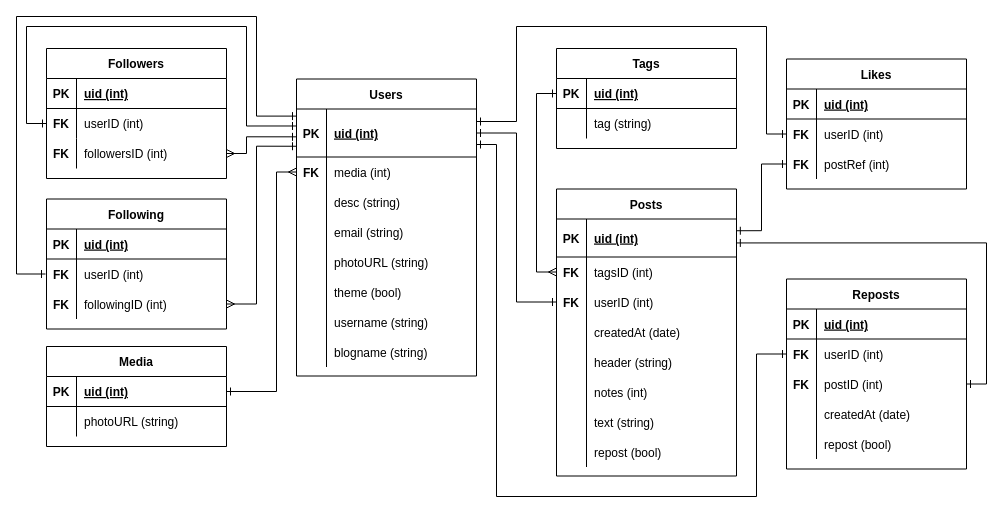
This is relational diagram.drawio from h3rthrt/stars-microblog, a draw.io file, before an edit. Source tidied: cells renumbered, new cells numbered last; positions are measured from the earlier drawing's top-left corner, leaving out a move shared by most shapes. Both pictures are drawn from the tidied source at 100%, with x=0, y=0 at pixel (16, 16).
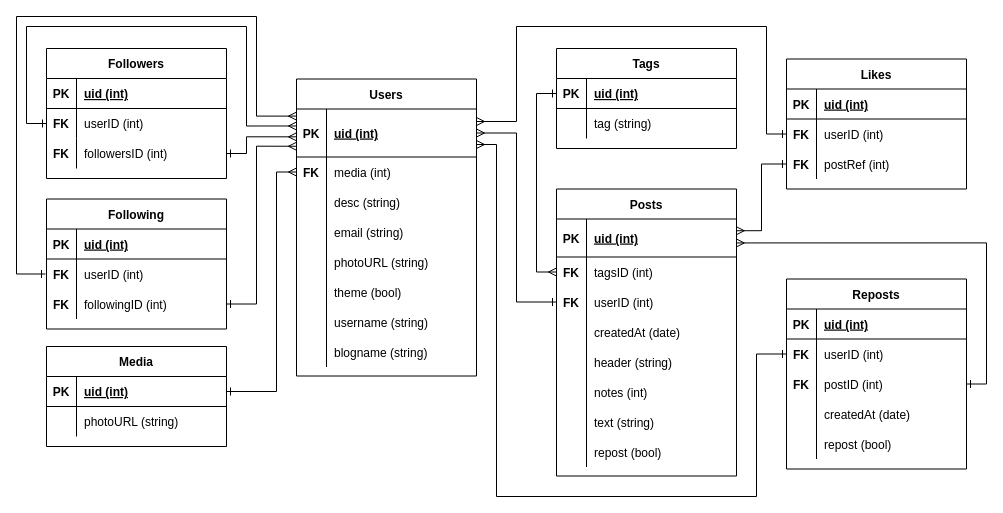
The same diagram, later.

The change refers to these unchanged cells:
```xml
<mxCell id="3" style="shape=partialRectangle;fillColor=none;top=0;left=0;bottom=1;right=0;points=[[0,0.5],[1,0.5]];portConstraint=eastwest;" parent="2" vertex="1">
  <mxGeometry y="30" width="180" height="48" as="geometry" />
</mxCell>
<mxCell id="31" style="shape=partialRectangle;fillColor=none;top=0;left=0;bottom=0;right=0;points=[[0,0.5],[1,0.5]];portConstraint=eastwest;" parent="27" vertex="1">
  <mxGeometry y="60" width="180" height="30" as="geometry" />
</mxCell>
<mxCell id="34" style="shape=partialRectangle;fillColor=none;top=0;left=0;bottom=0;right=0;points=[[0,0.5],[1,0.5]];portConstraint=eastwest;" parent="27" vertex="1">
  <mxGeometry y="90" width="180" height="30" as="geometry" />
</mxCell>
<mxCell id="44" style="shape=partialRectangle;fillColor=none;top=0;left=0;bottom=0;right=0;points=[[0,0.5],[1,0.5]];portConstraint=eastwest;" parent="37" vertex="1">
  <mxGeometry y="90" width="180" height="30" as="geometry" />
</mxCell>
<mxCell id="57" style="shape=partialRectangle;fillColor=none;top=0;left=0;bottom=1;right=0;points=[[0,0.5],[1,0.5]];portConstraint=eastwest;" parent="56" vertex="1">
  <mxGeometry y="30" width="180" height="38" as="geometry" />
</mxCell>
<mxCell id="63" style="shape=partialRectangle;fillColor=none;top=0;left=0;bottom=0;right=0;points=[[0,0.5],[1,0.5]];portConstraint=eastwest;" parent="56" vertex="1">
  <mxGeometry y="98" width="180" height="30" as="geometry" />
</mxCell>
<mxCell id="94" style="shape=partialRectangle;fillColor=none;top=0;left=0;bottom=0;right=0;points=[[0,0.5],[1,0.5]];portConstraint=eastwest;" parent="90" vertex="1">
  <mxGeometry y="60" width="180" height="30" as="geometry" />
</mxCell>
<mxCell id="97" style="shape=partialRectangle;fillColor=none;top=0;left=0;bottom=0;right=0;points=[[0,0.5],[1,0.5]];portConstraint=eastwest;" parent="90" vertex="1">
  <mxGeometry y="90" width="180" height="30" as="geometry" />
</mxCell>
<mxCell id="104" style="shape=partialRectangle;fillColor=none;top=0;left=0;bottom=0;right=0;points=[[0,0.5],[1,0.5]];portConstraint=eastwest;" parent="100" vertex="1">
  <mxGeometry y="60" width="180" height="30" as="geometry" />
</mxCell>
<mxCell id="107" style="shape=partialRectangle;fillColor=none;top=0;left=0;bottom=0;right=0;points=[[0,0.5],[1,0.5]];portConstraint=eastwest;" parent="100" vertex="1">
  <mxGeometry y="90" width="180" height="30" as="geometry" />
</mxCell>
```

The edit, as a diff of the source:
```diff
@@
-    <mxCell id="54" style="edgeStyle=orthogonalEdgeStyle;rounded=0;sketch=0;jettySize=auto;html=1;startArrow=ERone;startFill=0;endArrow=ERone;endFill=0;exitX=0;exitY=0.5;exitDx=0;exitDy=0;entryX=0;entryY=0.148;entryDx=0;entryDy=0;entryPerimeter=0;" parent="1" edge="1" target="3">
+    <mxCell id="54" style="edgeStyle=orthogonalEdgeStyle;rounded=0;sketch=0;jettySize=auto;html=1;startArrow=ERone;startFill=0;endArrow=ERmany;endFill=0;exitX=0;exitY=0.5;exitDx=0;exitDy=0;entryX=0;entryY=0.148;entryDx=0;entryDy=0;entryPerimeter=0;" parent="1" edge="1" target="3">
       <mxGeometry relative="1" as="geometry">
         <mxPoint x="29" y="257.5" as="sourcePoint" />
         <Array as="points">
           <mxPoint y="257" />
           <mxPoint />
           <mxPoint x="240" />
           <mxPoint x="240" y="100" />
         </Array>
       </mxGeometry>
     </mxCell>
@@
-    <mxCell id="88" style="edgeStyle=orthogonalEdgeStyle;rounded=0;sketch=0;jettySize=auto;html=1;entryX=1;entryY=0.5;entryDx=0;entryDy=0;startArrow=ERone;startFill=0;endArrow=ERone;endFill=0;" parent="1" edge="1" source="63" target="3">
+    <mxCell id="88" style="edgeStyle=orthogonalEdgeStyle;rounded=0;sketch=0;jettySize=auto;html=1;entryX=1;entryY=0.5;entryDx=0;entryDy=0;startArrow=ERone;startFill=0;endArrow=ERmany;endFill=0;" parent="1" edge="1" source="63" target="3">
       <mxGeometry relative="1" as="geometry" />
     </mxCell>
@@
-    <mxCell id="116" style="edgeStyle=orthogonalEdgeStyle;rounded=0;sketch=0;jettySize=auto;html=1;startArrow=ERone;startFill=0;endArrow=ERone;endFill=0;exitX=0;exitY=0.5;exitDx=0;exitDy=0;" parent="1" edge="1" source="94" target="3">
+    <mxCell id="116" style="edgeStyle=orthogonalEdgeStyle;rounded=0;sketch=0;jettySize=auto;html=1;startArrow=ERone;startFill=0;endArrow=ERmany;endFill=0;exitX=0;exitY=0.5;exitDx=0;exitDy=0;" parent="1" edge="1" source="94" target="3">
       <mxGeometry relative="1" as="geometry">
         <Array as="points">
           <mxPoint x="750" y="118" />
           <mxPoint x="750" y="10" />
           <mxPoint x="500" y="10" />
           <mxPoint x="500" y="105" />
         </Array>
       </mxGeometry>
     </mxCell>
-    <mxCell id="117" style="edgeStyle=orthogonalEdgeStyle;rounded=0;sketch=0;jettySize=auto;html=1;entryX=0.999;entryY=0.309;entryDx=0;entryDy=0;startArrow=ERone;startFill=0;endArrow=ERone;endFill=0;entryPerimeter=0;" parent="1" edge="1" source="97" target="57">
+    <mxCell id="117" style="edgeStyle=orthogonalEdgeStyle;rounded=0;sketch=0;jettySize=auto;html=1;entryX=0.999;entryY=0.309;entryDx=0;entryDy=0;startArrow=ERone;startFill=0;endArrow=ERmany;endFill=0;entryPerimeter=0;" parent="1" edge="1" source="97" target="57">
       <mxGeometry relative="1" as="geometry" />
     </mxCell>
-    <mxCell id="118" style="edgeStyle=orthogonalEdgeStyle;rounded=0;sketch=0;jettySize=auto;html=1;startArrow=ERone;startFill=0;endArrow=ERone;endFill=0;exitX=0;exitY=0.5;exitDx=0;exitDy=0;" parent="1" edge="1" source="104">
+    <mxCell id="118" style="edgeStyle=orthogonalEdgeStyle;rounded=0;sketch=0;jettySize=auto;html=1;startArrow=ERone;startFill=0;endArrow=ERmany;endFill=0;exitX=0;exitY=0.5;exitDx=0;exitDy=0;" parent="1" edge="1" source="104">
       <mxGeometry relative="1" as="geometry">
         <mxPoint x="460" y="128" as="targetPoint" />
         <Array as="points">
           <mxPoint x="740" y="338" />
           <mxPoint x="740" y="480" />
           <mxPoint x="480" y="480" />
           <mxPoint x="480" y="128" />
         </Array>
       </mxGeometry>
     </mxCell>
-    <mxCell id="119" style="edgeStyle=orthogonalEdgeStyle;rounded=0;sketch=0;jettySize=auto;html=1;entryX=0.999;entryY=0.63;entryDx=0;entryDy=0;entryPerimeter=0;startArrow=ERone;startFill=0;endArrow=ERone;endFill=0;" parent="1" edge="1" source="107" target="57">
+    <mxCell id="119" style="edgeStyle=orthogonalEdgeStyle;rounded=0;sketch=0;jettySize=auto;html=1;entryX=0.999;entryY=0.63;entryDx=0;entryDy=0;entryPerimeter=0;startArrow=ERone;startFill=0;endArrow=ERmany;endFill=0;" parent="1" edge="1" source="107" target="57">
       <mxGeometry relative="1" as="geometry">
         <Array as="points">
           <mxPoint x="970" y="368" />
           <mxPoint x="970" y="226" />
         </Array>
       </mxGeometry>
     </mxCell>
-    <mxCell id="120" style="edgeStyle=orthogonalEdgeStyle;rounded=0;sketch=0;jettySize=auto;html=1;entryX=0;entryY=0.58;entryDx=0;entryDy=0;startArrow=ERmany;startFill=0;endArrow=ERone;endFill=0;entryPerimeter=0;" parent="1" edge="1" source="34" target="3">
+    <mxCell id="120" style="edgeStyle=orthogonalEdgeStyle;rounded=0;sketch=0;jettySize=auto;html=1;entryX=0;entryY=0.58;entryDx=0;entryDy=0;startArrow=ERone;startFill=0;endArrow=ERmany;endFill=0;entryPerimeter=0;" parent="1" edge="1" source="34" target="3">
       <mxGeometry relative="1" as="geometry">
         <Array as="points">
           <mxPoint x="230" y="137" />
           <mxPoint x="230" y="120" />
           <mxPoint x="280" y="120" />
         </Array>
       </mxGeometry>
     </mxCell>
-    <mxCell id="121" style="edgeStyle=orthogonalEdgeStyle;rounded=0;sketch=0;jettySize=auto;html=1;entryX=0;entryY=0.776;entryDx=0;entryDy=0;entryPerimeter=0;startArrow=ERmany;startFill=0;endArrow=ERone;endFill=0;" parent="1" edge="1" source="44" target="3">
+    <mxCell id="121" style="edgeStyle=orthogonalEdgeStyle;rounded=0;sketch=0;jettySize=auto;html=1;entryX=0;entryY=0.776;entryDx=0;entryDy=0;entryPerimeter=0;startArrow=ERone;startFill=0;endArrow=ERmany;endFill=0;" parent="1" edge="1" source="44" target="3">
       <mxGeometry relative="1" as="geometry">
         <Array as="points">
           <mxPoint x="240" y="288" />
           <mxPoint x="240" y="130" />
         </Array>
       </mxGeometry>
     </mxCell>
-    <mxCell id="122" style="edgeStyle=orthogonalEdgeStyle;rounded=0;sketch=0;jettySize=auto;html=1;entryX=0;entryY=0.354;entryDx=0;entryDy=0;entryPerimeter=0;startArrow=ERone;startFill=0;endArrow=ERone;endFill=0;" parent="1" edge="1" source="31" target="3">
+    <mxCell id="122" style="edgeStyle=orthogonalEdgeStyle;rounded=0;sketch=0;jettySize=auto;html=1;entryX=0;entryY=0.354;entryDx=0;entryDy=0;entryPerimeter=0;startArrow=ERone;startFill=0;endArrow=ERmany;endFill=0;" parent="1" edge="1" source="31" target="3">
       <mxGeometry relative="1" as="geometry">
         <Array as="points">
           <mxPoint x="10" y="107" />
           <mxPoint x="10" y="10" />
           <mxPoint x="230" y="10" />
           <mxPoint x="230" y="110" />
         </Array>
       </mxGeometry>
     </mxCell>
```
